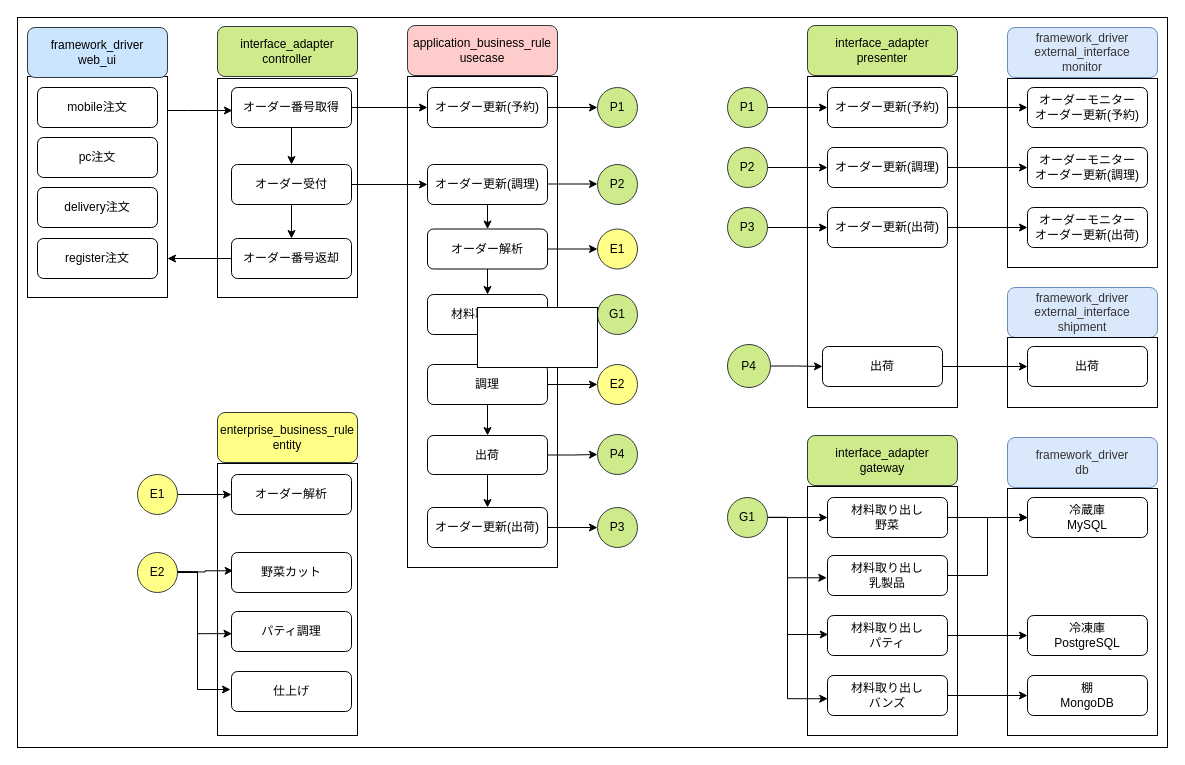
Before: backend/doc/image/orderflow.drawio in YujiYabe/go-mcr-srvc, a draw.io diagram. Source tidied: cells renumbered, new cells numbered last; positions are measured from the earlier drawing's top-left corner, leaving out a move shared by most shapes. Both pictures are drawn from the tidied source at 100%, with x=0, y=0 at pixel (17, 17).
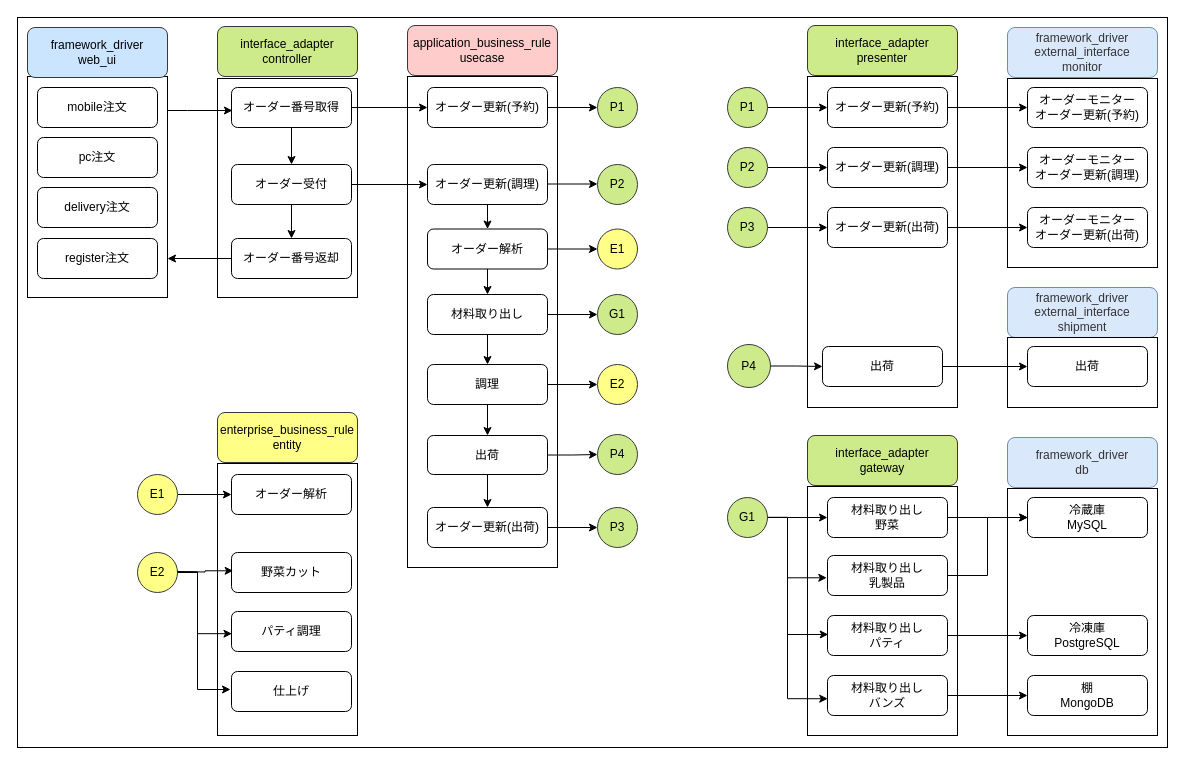
The same diagram, later.

Change to the diagram source:
```diff
@@
-    <mxCell id="107" style="rounded=0;whiteSpace=wrap;html=1;" parent="1" vertex="1">
-      <mxGeometry x="460" y="290" width="120" height="60" as="geometry" />
-    </mxCell>
-    <mxCell id="108" style="rounded=0;whiteSpace=wrap;html=1;" parent="1" vertex="1">
-      <mxGeometry x="460" y="290" width="120" height="60" as="geometry" />
-    </mxCell>
-    <mxCell id="109" style="rounded=0;whiteSpace=wrap;html=1;" parent="1" vertex="1">
-      <mxGeometry x="460" y="290" width="120" height="60" as="geometry" />
-    </mxCell>
```
